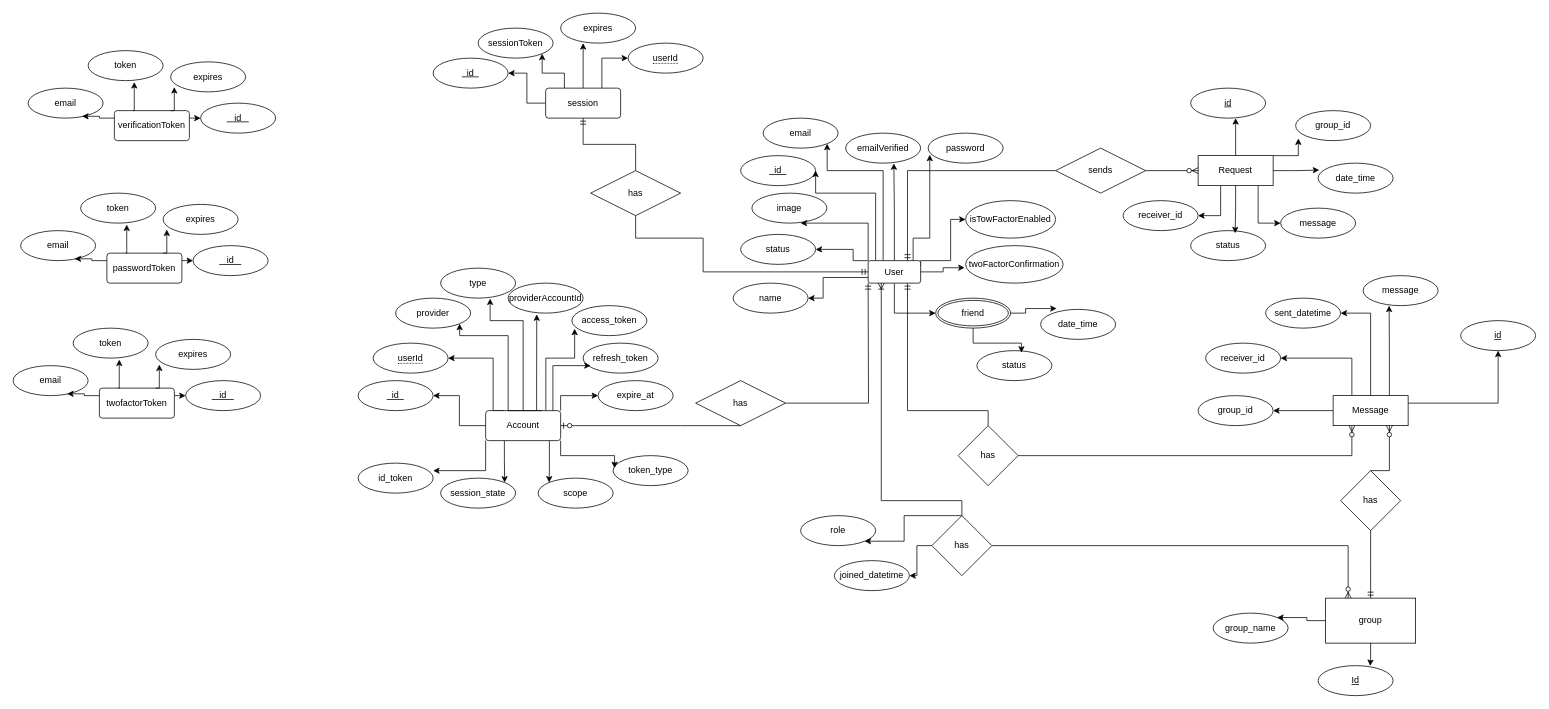
Before: projectFiles/ERd.drawio in janaka4345/chatroom2, a draw.io diagram. Source tidied: cells renumbered, new cells numbered last; positions are measured from the earlier drawing's top-left corner, leaving out a move shared by most shapes. Both pictures are drawn from the tidied source at 75%, with x=0, y=0 at pixel (13, 13).
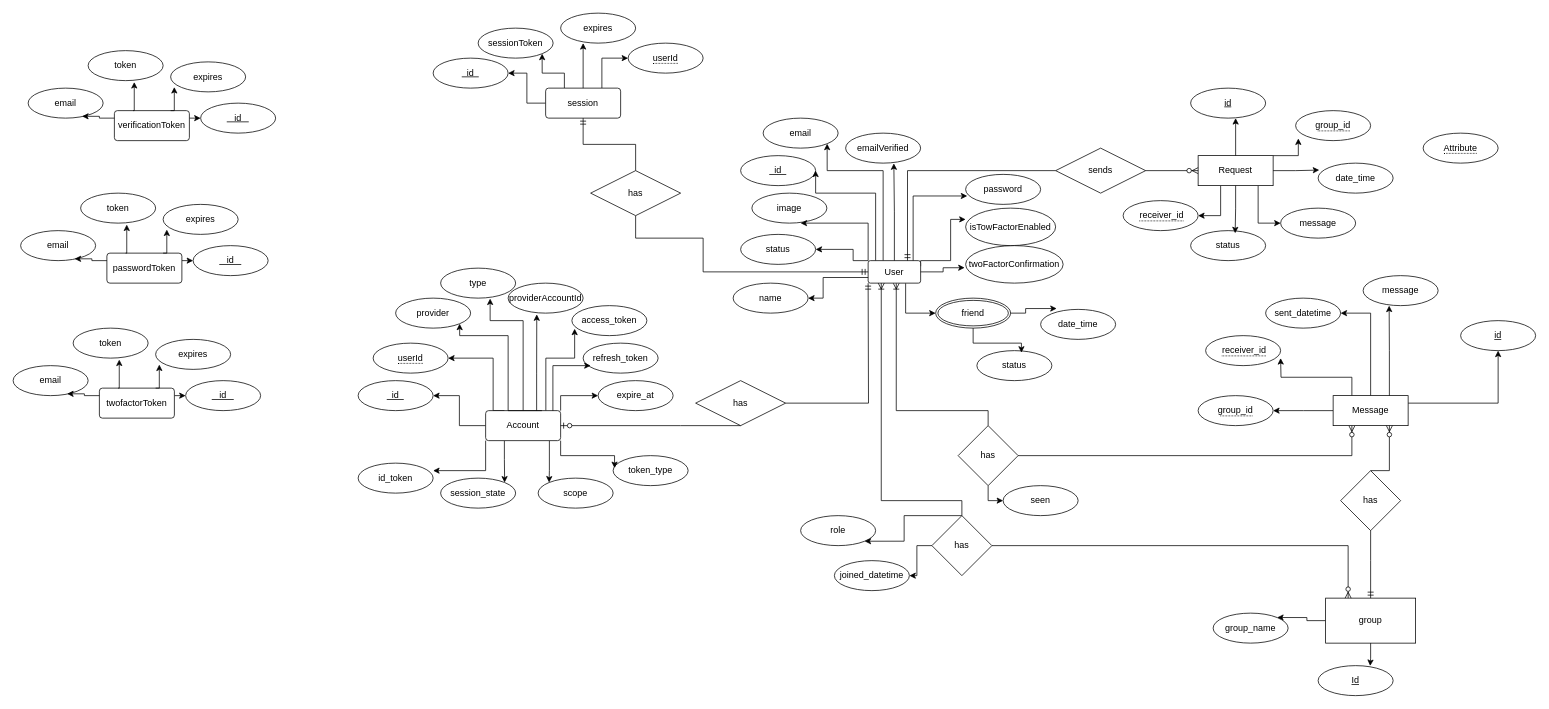
The same diagram, later.

The change refers to these unchanged cells:
```xml
<mxCell id="7" value="Message" style="whiteSpace=wrap;html=1;align=center;" parent="1" vertex="1">
  <mxGeometry x="1760" y="510" width="100" height="40" as="geometry" />
</mxCell>
<mxCell id="9" value="has" style="rhombus;whiteSpace=wrap;html=1;" parent="1" vertex="1">
  <mxGeometry x="1260" y="550" width="80" height="80" as="geometry" />
</mxCell>
<mxCell id="55" value="User" style="rounded=1;arcSize=10;whiteSpace=wrap;html=1;align=center;" parent="1" vertex="1">
  <mxGeometry x="1140" y="330" width="70" height="30" as="geometry" />
</mxCell>
<mxCell id="132" value="friend" style="ellipse;shape=doubleEllipse;margin=3;whiteSpace=wrap;html=1;align=center;" parent="1" vertex="1">
  <mxGeometry x="1230" y="380" width="100" height="40" as="geometry" />
</mxCell>
```

Diff of the diagram source:
```diff
@@
-    <mxCell id="4" style="edgeStyle=orthogonalEdgeStyle;rounded=0;jettySize=auto;html=1;entryX=1;entryY=0.5;entryDx=0;entryDy=0;" parent="1" edge="1" source="7" target="13">
-      <mxGeometry relative="1" as="geometry" />
+    <mxCell id="4" style="edgeStyle=orthogonalEdgeStyle;rounded=0;jettySize=auto;html=1;entryX=1;entryY=0.5;entryDx=0;entryDy=0;" parent="1" edge="1" source="7">
+      <mxGeometry relative="1" as="geometry">
+        <mxPoint x="1680" y="530" as="targetPoint" />
+      </mxGeometry>
     </mxCell>
-    <mxCell id="5" style="edgeStyle=orthogonalEdgeStyle;rounded=0;jettySize=auto;html=1;exitX=0.25;exitY=0;exitDx=0;exitDy=0;entryX=1;entryY=0.5;entryDx=0;entryDy=0;" parent="1" edge="1" source="7" target="14">
-      <mxGeometry relative="1" as="geometry" />
+    <mxCell id="5" style="edgeStyle=orthogonalEdgeStyle;rounded=0;jettySize=auto;html=1;exitX=0.25;exitY=0;exitDx=0;exitDy=0;entryX=1;entryY=0.5;entryDx=0;entryDy=0;" parent="1" edge="1" source="7">
+      <mxGeometry relative="1" as="geometry">
+        <mxPoint x="1690" y="460" as="targetPoint" />
+      </mxGeometry>
     </mxCell>
@@
-    <mxCell id="8" style="edgeStyle=orthogonalEdgeStyle;fontSize=12;html=1;endArrow=ERmandOne;endFill=1;rounded=0;exitX=0.5;exitY=0;exitDx=0;exitDy=0;entryX=0.75;entryY=1;entryDx=0;entryDy=0;" parent="1" edge="1" source="9" target="55">
+    <mxCell id="8" style="edgeStyle=orthogonalEdgeStyle;fontSize=12;html=1;endArrow=ERoneToMany;endFill=1;rounded=0;exitX=0.5;exitY=0;exitDx=0;exitDy=0;entryX=0.75;entryY=1;entryDx=0;entryDy=0;" parent="1" edge="1" source="9">
       <mxGeometry relative="1" as="geometry">
+        <mxPoint x="1177.5" y="360" as="targetPoint" />
         <Array as="points">
           <mxPoint x="1300" y="530" />
-          <mxPoint x="1192" y="530" />
+          <mxPoint x="1178" y="530" />
         </Array>
       </mxGeometry>
     </mxCell>
+    <mxCell id="139" style="edgeStyle=orthogonalEdgeStyle;rounded=0;jettySize=auto;html=1;entryX=0;entryY=0.5;entryDx=0;entryDy=0;" parent="1" edge="1" source="9" target="141">
+      <mxGeometry relative="1" as="geometry" />
+    </mxCell>
@@
-    <mxCell id="13" value="group_id" style="ellipse;whiteSpace=wrap;html=1;align=center;" parent="1" vertex="1">
-      <mxGeometry x="1580" y="510" width="100" height="40" as="geometry" />
-    </mxCell>
-    <mxCell id="14" value="receiver_id" style="ellipse;whiteSpace=wrap;html=1;align=center;" parent="1" vertex="1">
-      <mxGeometry x="1590" y="440" width="100" height="40" as="geometry" />
-    </mxCell>
@@
     <mxCell id="53" style="edgeStyle=orthogonalEdgeStyle;rounded=0;jettySize=auto;html=1;entryX=0;entryY=0.5;entryDx=0;entryDy=0;" parent="1" edge="1" source="55" target="132">
       <mxGeometry relative="1" as="geometry">
         <Array as="points">
-          <mxPoint x="1175" y="400" />
+          <mxPoint x="1190" y="400" />
         </Array>
       </mxGeometry>
     </mxCell>
@@
     <mxCell id="58" value="password" style="ellipse;whiteSpace=wrap;html=1;align=center;" parent="1" vertex="1">
-      <mxGeometry x="1220" y="160" width="100" height="40" as="geometry" />
+      <mxGeometry x="1270" y="215" width="100" height="40" as="geometry" />
     </mxCell>
@@
     <mxCell id="60" value="isTowFactorEnabled" style="ellipse;whiteSpace=wrap;html=1;align=center;" parent="1" vertex="1">
-      <mxGeometry x="1270" y="250" width="120" height="50" as="geometry" />
+      <mxGeometry x="1270" y="260" width="120" height="50" as="geometry" />
     </mxCell>
@@
-    <mxCell id="123" value="group_id" style="ellipse;whiteSpace=wrap;html=1;align=center;" parent="1" vertex="1">
+    <mxCell id="123" value="&lt;span style=&quot;border-bottom: 1px dotted&quot;&gt;group_id&lt;/span&gt;" style="ellipse;whiteSpace=wrap;html=1;align=center;" parent="1" vertex="1">
       <mxGeometry x="1710" y="130" width="100" height="40" as="geometry" />
     </mxCell>
@@
-    <mxCell id="131" value="receiver_id" style="ellipse;whiteSpace=wrap;html=1;align=center;" parent="1" vertex="1">
+    <mxCell id="131" value="&amp;nbsp;&lt;span style=&quot;border-bottom: 1px dotted&quot;&gt;receiver_id&lt;/span&gt;" style="ellipse;whiteSpace=wrap;html=1;align=center;" parent="1" vertex="1">
       <mxGeometry x="1480" y="250" width="100" height="40" as="geometry" />
     </mxCell>
@@
     <mxCell id="138" style="edgeStyle=orthogonalEdgeStyle;rounded=0;jettySize=auto;html=1;entryX=0.022;entryY=0.72;entryDx=0;entryDy=0;entryPerimeter=0;" parent="1" edge="1" source="55" target="58">
       <mxGeometry relative="1" as="geometry">
         <Array as="points">
-          <mxPoint x="1200" y="300" />
-          <mxPoint x="1222" y="300" />
+          <mxPoint x="1200" y="244" />
         </Array>
       </mxGeometry>
     </mxCell>
+    <mxCell id="140" value="&lt;span style=&quot;border-bottom: 1px dotted&quot;&gt;Attribute&lt;/span&gt;" style="ellipse;whiteSpace=wrap;html=1;align=center;" parent="1" vertex="1">
+      <mxGeometry x="1880" y="160" width="100" height="40" as="geometry" />
+    </mxCell>
+    <mxCell id="14" value="&amp;nbsp;&lt;span style=&quot;border-bottom: 1px dotted&quot;&gt;receiver_id&lt;/span&gt;" style="ellipse;whiteSpace=wrap;html=1;align=center;" parent="1" vertex="1">
+      <mxGeometry x="1590" y="430" width="100" height="40" as="geometry" />
+    </mxCell>
+    <mxCell id="13" value="&lt;span style=&quot;border-bottom: 1px dotted&quot;&gt;group_id&lt;/span&gt;" style="ellipse;whiteSpace=wrap;html=1;align=center;" parent="1" vertex="1">
+      <mxGeometry x="1580" y="510" width="100" height="40" as="geometry" />
+    </mxCell>
+    <mxCell id="141" value="seen" style="ellipse;whiteSpace=wrap;html=1;align=center;" parent="1" vertex="1">
+      <mxGeometry x="1320" y="630" width="100" height="40" as="geometry" />
+    </mxCell>
```
